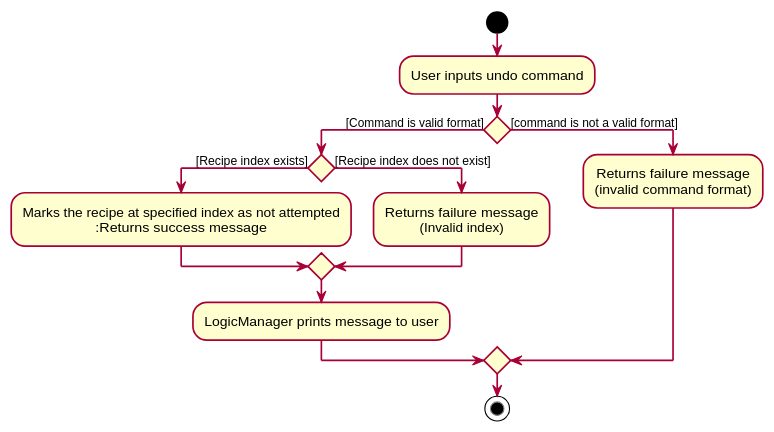
Above: docs/images/UndoActivityDiagram.svg in nus-cs2103-AY1920S2/addressbook-level3 (PlantUML), before the change.
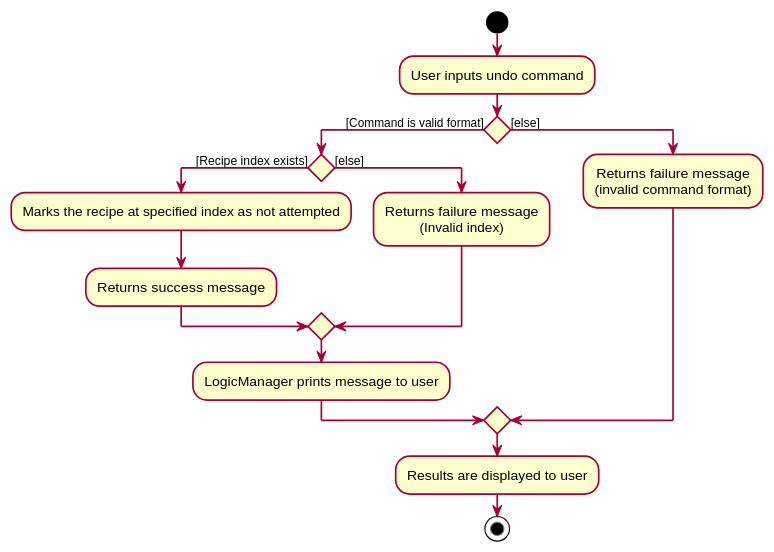
After the commit.

The edit, as a diff of the source:
```diff
@@ -55,19 +55,21 @@
 If () then ([Command is valid format])
 
 If () then ([Recipe index exists])
-    :Marks the recipe at specified index as not attempted
+    :Marks the recipe at specified index as not attempted;
     :Returns success message;
-else ([Recipe index does not exist])
+else ([else])
     :Returns failure message
     (Invalid index);
 endif
 :LogicManager prints message to user;
 
-else ([command is not a valid format])
+else ([else])
     :Returns failure message
     (invalid command format);
 
 endif
 
+:Results are displayed to user;
+
 stop
 @enduml
```
